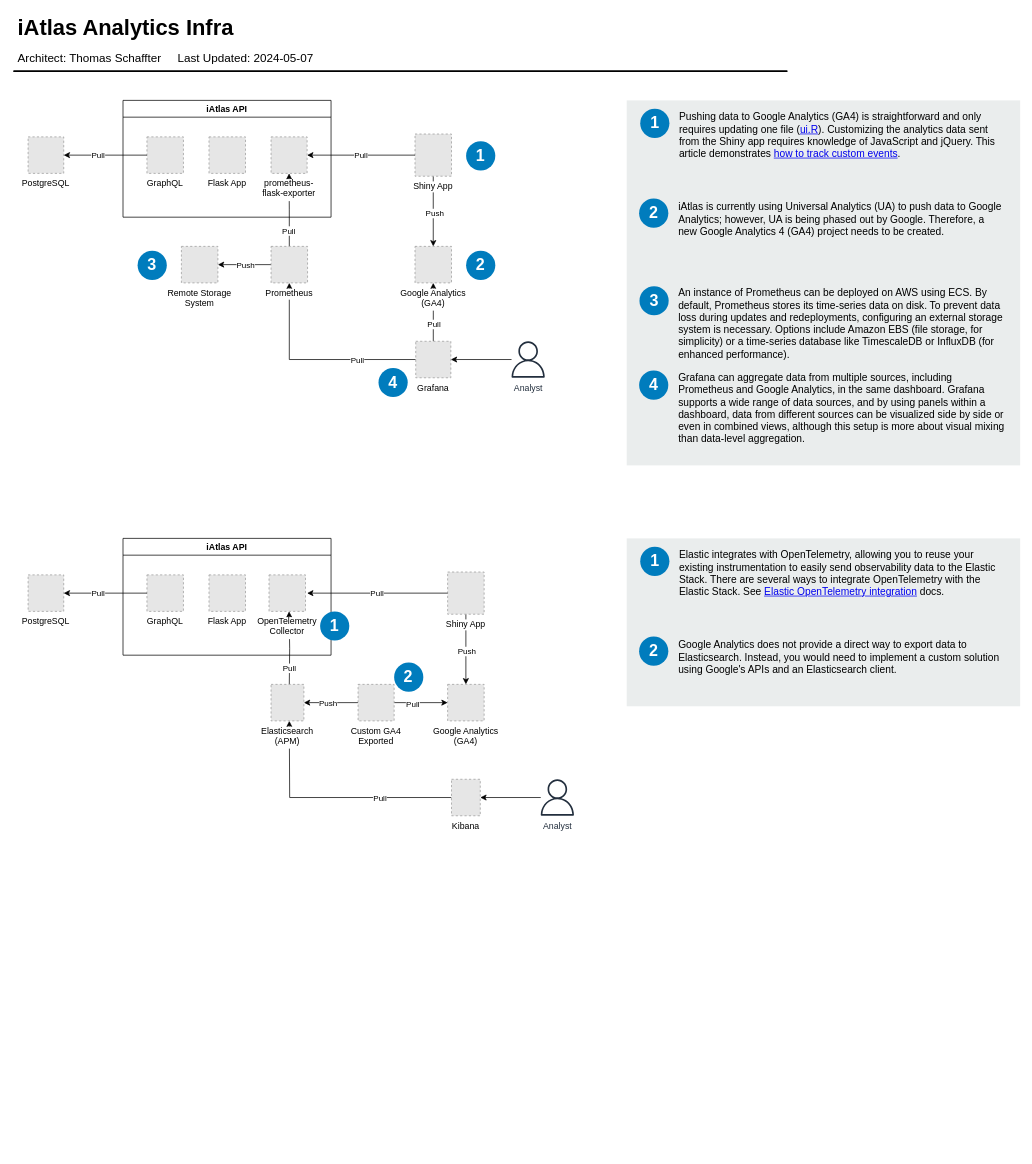
Before: diagrams/iatlas-infra.drawio in Sage-Bionetworks/sage-monorepo, a draw.io diagram. Source tidied: cells renumbered, new cells numbered last; positions are measured from the earlier drawing's top-left corner, leaving out a move shared by most shapes. Both pictures are drawn from the tidied source at 73%, with x=0, y=0 at pixel (13, 12). Pictures stored in the file or linked from it are replaced by grey dashed boxes.
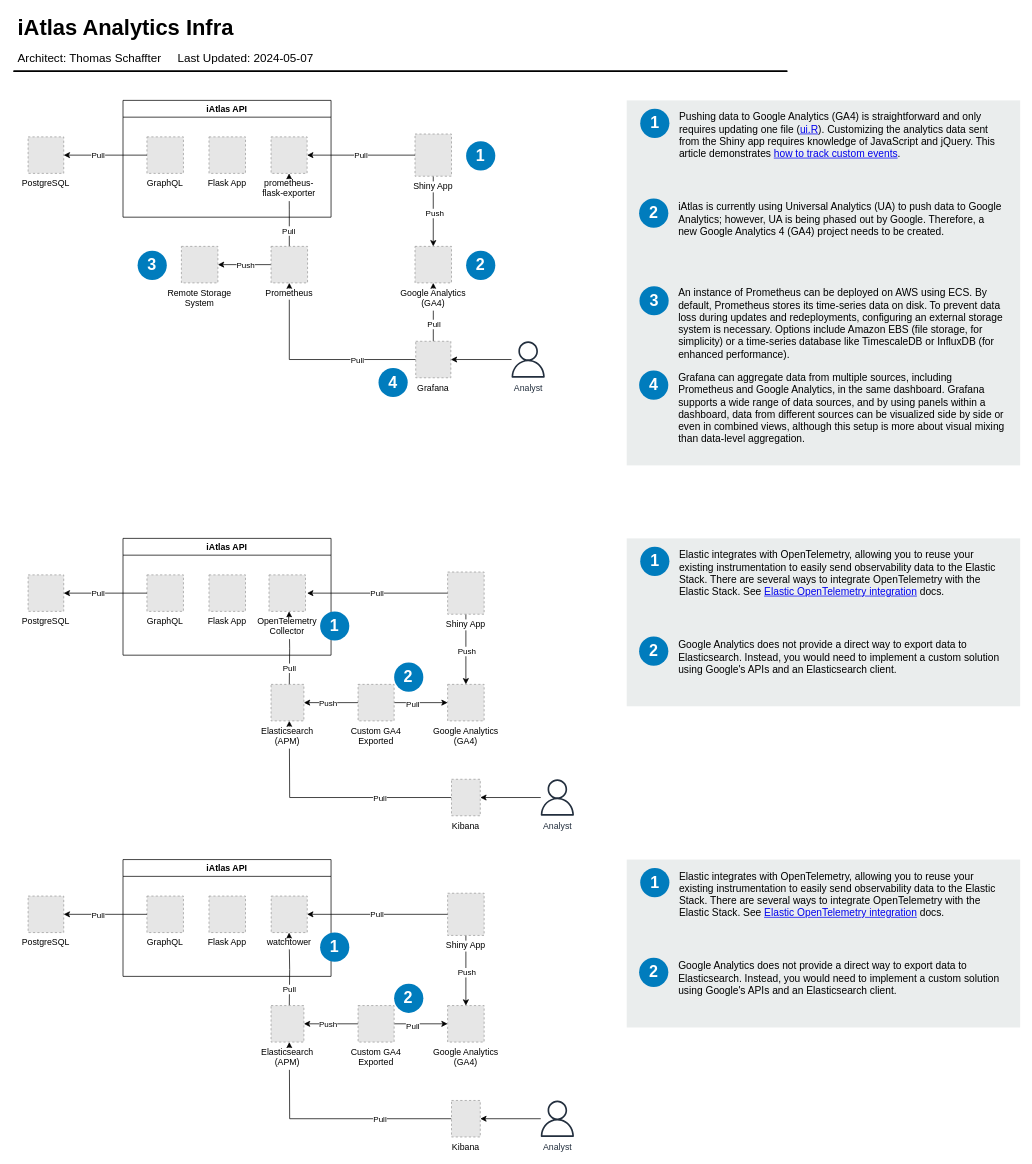
Above is the later version.

What changed in the source:
```diff
@@
+    <mxCell id="76" style="edgeStyle=orthogonalEdgeStyle;rounded=0;jettySize=auto;html=1;entryX=0.5;entryY=0;entryDx=0;entryDy=0;" parent="1" edge="1" source="78" target="91">
+      <mxGeometry relative="1" as="geometry" />
+    </mxCell>
+    <mxCell id="77" value="Push" style="edgeLabel;html=1;align=center;verticalAlign=middle;" parent="76" vertex="1">
+      <mxGeometry x="0.06" y="1" relative="1" as="geometry" />
+    </mxCell>
+    <mxCell id="78" value="Shiny App" style="fillColor=#E6E6E6;strokeColor=#999999;dashed=1;verticalLabelPosition=bottom;labelBackgroundColor=default;verticalAlign=top;" parent="1" vertex="1">
+      <mxGeometry x="594.7" y="1206.1" width="50" height="57.8" as="geometry" />
+    </mxCell>
+    <mxCell id="79" value="PostgreSQL" style="fillColor=#E6E6E6;strokeColor=#999999;dashed=1;verticalLabelPosition=bottom;labelBackgroundColor=default;verticalAlign=top;" parent="1" vertex="1">
+      <mxGeometry x="20" y="1210" width="48.8" height="50" as="geometry" />
+    </mxCell>
+    <mxCell id="80" value="Pull" style="edgeStyle=orthogonalEdgeStyle;rounded=0;jettySize=auto;html=1;exitX=0;exitY=0.5;exitDx=0;exitDy=0;" parent="1" edge="1" source="78">
+      <mxGeometry relative="1" as="geometry">
+        <mxPoint x="402.2" y="1235" as="targetPoint" />
+      </mxGeometry>
+    </mxCell>
+    <mxCell id="81" style="edgeStyle=orthogonalEdgeStyle;rounded=0;orthogonalLoop=1;jettySize=auto;html=1;exitX=0.5;exitY=0;exitDx=0;exitDy=0;" parent="1" edge="1">
+      <mxGeometry relative="1" as="geometry">
+        <mxPoint x="377.8" y="1360" as="sourcePoint" />
+        <mxPoint x="377.5" y="1260" as="targetPoint" />
+      </mxGeometry>
+    </mxCell>
+    <mxCell id="82" value="Pull" style="edgeLabel;html=1;align=center;verticalAlign=middle;" parent="81" vertex="1">
+      <mxGeometry x="-0.56" y="1" relative="1" as="geometry" />
+    </mxCell>
+    <mxCell id="83" value="iAtlas API" style="swimlane;whiteSpace=wrap;html=1;" parent="1" vertex="1">
+      <mxGeometry x="150" y="1160" width="285" height="160" as="geometry" />
+    </mxCell>
+    <mxCell id="84" value="GraphQL" style="fillColor=#E6E6E6;strokeColor=#999999;dashed=1;verticalLabelPosition=bottom;labelBackgroundColor=default;verticalAlign=top;" parent="83" vertex="1">
+      <mxGeometry x="32.8" y="50" width="50" height="50" as="geometry" />
+    </mxCell>
+    <mxCell id="85" value="Flask App" style="fillColor=#E6E6E6;strokeColor=#999999;dashed=1;verticalLabelPosition=bottom;labelBackgroundColor=default;verticalAlign=top;" parent="83" vertex="1">
+      <mxGeometry x="117.8" y="50" width="50" height="50" as="geometry" />
+    </mxCell>
+    <mxCell id="86" value="watchtower" style="fillColor=#E6E6E6;strokeColor=#999999;dashed=1;verticalLabelPosition=bottom;labelBackgroundColor=default;verticalAlign=top;" parent="83" vertex="1">
+      <mxGeometry x="203" y="50" width="49.4" height="50" as="geometry" />
+    </mxCell>
+    <mxCell id="87" style="edgeStyle=orthogonalEdgeStyle;rounded=0;jettySize=auto;html=1;entryX=0.5;entryY=1;entryDx=0;entryDy=0;exitX=0;exitY=0.5;exitDx=0;exitDy=0;" parent="1" edge="1" source="94">
+      <mxGeometry relative="1" as="geometry">
+        <mxPoint x="377.8" y="1410" as="targetPoint" />
+      </mxGeometry>
+    </mxCell>
+    <mxCell id="88" value="Pull" style="edgeLabel;html=1;align=center;verticalAlign=middle;" parent="87" vertex="1">
+      <mxGeometry x="-0.24" y="3" relative="1" as="geometry">
+        <mxPoint x="25" y="-3" as="offset" />
+      </mxGeometry>
+    </mxCell>
+    <mxCell id="89" style="edgeStyle=orthogonalEdgeStyle;rounded=0;jettySize=auto;html=1;exitX=0;exitY=0.5;exitDx=0;exitDy=0;" parent="1" edge="1" source="84" target="79">
+      <mxGeometry relative="1" as="geometry" />
+    </mxCell>
+    <mxCell id="90" value="Pull" style="edgeLabel;html=1;align=center;verticalAlign=middle;" parent="89" vertex="1">
+      <mxGeometry x="0.17" y="2" relative="1" as="geometry">
+        <mxPoint y="-2" as="offset" />
+      </mxGeometry>
+    </mxCell>
+    <mxCell id="91" value="Google Analytics&#10;(GA4)" style="fillColor=#E6E6E6;strokeColor=#999999;dashed=1;verticalLabelPosition=bottom;labelBackgroundColor=default;verticalAlign=top;" parent="1" vertex="1">
+      <mxGeometry x="594.7" y="1360" width="50" height="50" as="geometry" />
+    </mxCell>
+    <mxCell id="92" style="edgeStyle=orthogonalEdgeStyle;rounded=0;jettySize=auto;html=1;entryX=1;entryY=0.5;entryDx=0;entryDy=0;" parent="1" edge="1" source="93" target="94">
+      <mxGeometry relative="1" as="geometry" />
+    </mxCell>
+    <mxCell id="93" value="Analyst" style="outlineConnect=0;fontColor=#232F3E;gradientColor=none;fillColor=#232F3E;strokeColor=none;dashed=0;verticalLabelPosition=bottom;verticalAlign=top;align=center;html=1;fontSize=12;fontStyle=0;shape=mxgraph.aws4.user;labelBackgroundColor=none;" parent="1" vertex="1">
+      <mxGeometry x="720" y="1490" width="50" height="50" as="geometry" />
+    </mxCell>
+    <mxCell id="94" value="Kibana" style="fillColor=#E6E6E6;strokeColor=#999999;dashed=1;verticalLabelPosition=bottom;labelBackgroundColor=default;verticalAlign=top;" parent="1" vertex="1">
+      <mxGeometry x="600" y="1490" width="39.4" height="50" as="geometry" />
+    </mxCell>
+    <mxCell id="95" value="Elasticsearch&#10;(APM)" style="fillColor=#E6E6E6;strokeColor=#999999;dashed=1;verticalLabelPosition=bottom;labelBackgroundColor=default;verticalAlign=top;" parent="1" vertex="1">
+      <mxGeometry x="352.8" y="1360" width="45" height="50" as="geometry" />
+    </mxCell>
+    <mxCell id="96" style="edgeStyle=orthogonalEdgeStyle;rounded=0;jettySize=auto;html=1;entryX=0;entryY=0.5;entryDx=0;entryDy=0;" parent="1" edge="1" source="100" target="91">
+      <mxGeometry relative="1" as="geometry" />
+    </mxCell>
+    <mxCell id="97" value="Pull" style="edgeLabel;html=1;align=center;verticalAlign=middle;" parent="96" vertex="1">
+      <mxGeometry x="-0.31" y="-2" relative="1" as="geometry" />
+    </mxCell>
+    <mxCell id="98" style="edgeStyle=orthogonalEdgeStyle;rounded=0;jettySize=auto;html=1;entryX=1;entryY=0.5;entryDx=0;entryDy=0;" parent="1" edge="1" source="100" target="95">
+      <mxGeometry relative="1" as="geometry" />
+    </mxCell>
+    <mxCell id="99" value="Push" style="edgeLabel;html=1;align=center;verticalAlign=middle;" parent="98" vertex="1">
+      <mxGeometry x="0.12" relative="1" as="geometry" />
+    </mxCell>
+    <mxCell id="100" value="Custom GA4&#10;Exported" style="fillColor=#E6E6E6;strokeColor=#999999;dashed=1;verticalLabelPosition=bottom;labelBackgroundColor=default;verticalAlign=top;" parent="1" vertex="1">
+      <mxGeometry x="472" y="1360" width="49.4" height="50" as="geometry" />
+    </mxCell>
+    <mxCell id="101" value="1" style="rounded=1;whiteSpace=wrap;html=1;fillColor=#007CBD;strokeColor=none;fontColor=#FFFFFF;fontStyle=1;fontSize=22;labelBackgroundColor=none;arcSize=50;" parent="1" vertex="1">
+      <mxGeometry x="420" y="1260" width="40" height="40" as="geometry" />
+    </mxCell>
+    <mxCell id="102" style="rounded=0;whiteSpace=wrap;html=1;fillColor=#EAEDED;fontSize=22;fontColor=#FFFFFF;strokeColor=none;labelBackgroundColor=none;" parent="1" vertex="1">
+      <mxGeometry x="840" y="1160" width="539" height="230" as="geometry" />
+    </mxCell>
+    <mxCell id="103" value="Elastic integrates with OpenTelemetry, allowing you to reuse your existing instrumentation to easily send observability data to the Elastic Stack. There are several ways to integrate OpenTelemetry with the Elastic Stack. See &lt;a href=&quot;https://www.elastic.co/guide/en/observability/current/apm-open-telemetry.html&quot;&gt;Elastic OpenTelemetry integration&lt;/a&gt; docs." style="text;html=1;align=left;verticalAlign=top;spacingTop=-4;fontSize=14;labelBackgroundColor=none;whiteSpace=wrap;" parent="1" vertex="1">
+      <mxGeometry x="910" y="1172" width="449" height="118" as="geometry" />
+    </mxCell>
+    <mxCell id="104" value="Google Analytics does not provide a direct way to export data to Elasticsearch. Instead, you would need to implement a custom solution using Google's APIs and an Elasticsearch client." style="text;html=1;align=left;verticalAlign=top;spacingTop=-4;fontSize=14;labelBackgroundColor=none;whiteSpace=wrap;" parent="1" vertex="1">
+      <mxGeometry x="909" y="1295" width="450" height="115" as="geometry" />
+    </mxCell>
+    <mxCell id="105" value="1" style="rounded=1;whiteSpace=wrap;html=1;fillColor=#007CBD;strokeColor=none;fontColor=#FFFFFF;fontStyle=1;fontSize=22;labelBackgroundColor=none;arcSize=50;" parent="1" vertex="1">
+      <mxGeometry x="858.5" y="1171.5" width="40" height="40" as="geometry" />
+    </mxCell>
+    <mxCell id="106" value="2" style="rounded=1;whiteSpace=wrap;html=1;fillColor=#007CBD;strokeColor=none;fontColor=#FFFFFF;fontStyle=1;fontSize=22;labelBackgroundColor=none;arcSize=50;" parent="1" vertex="1">
+      <mxGeometry x="857" y="1294.5" width="40" height="40" as="geometry" />
+    </mxCell>
+    <mxCell id="107" value="2" style="rounded=1;whiteSpace=wrap;html=1;fillColor=#007CBD;strokeColor=none;fontColor=#FFFFFF;fontStyle=1;fontSize=22;labelBackgroundColor=none;arcSize=50;" parent="1" vertex="1">
+      <mxGeometry x="521.4" y="1330" width="40" height="40" as="geometry" />
+    </mxCell>
```
